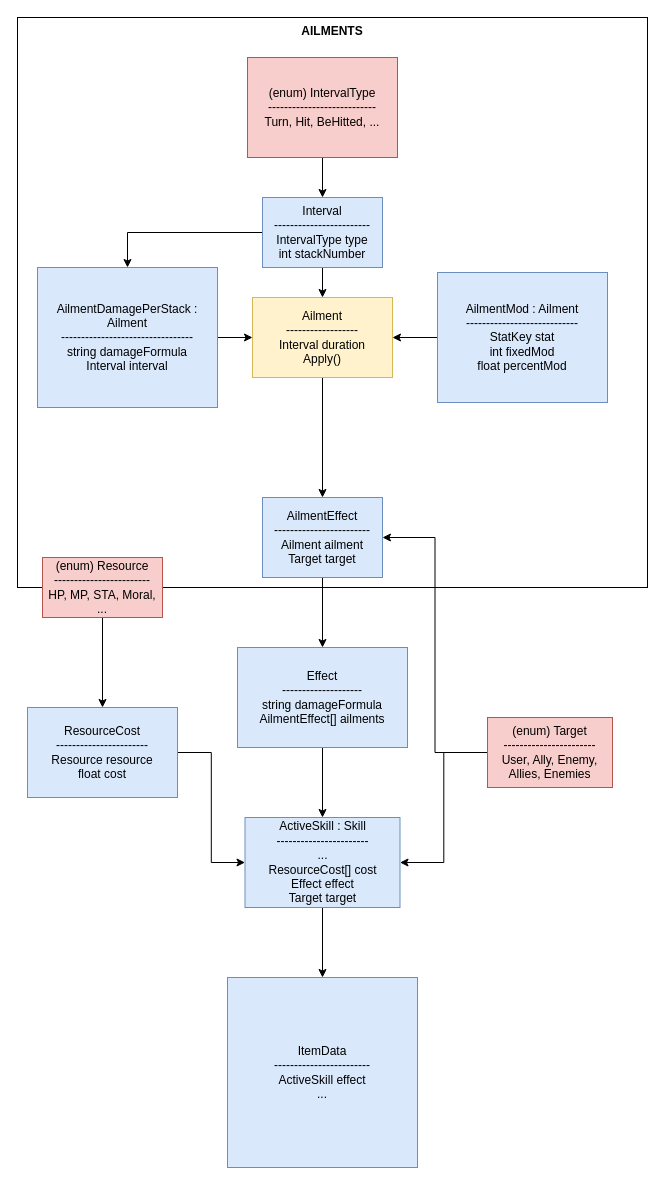
Above: workflows/Inventory,Skills & Effects.drawio in moretech1402/Unity-Scripts (draw.io), before the change. Source tidied: cells renumbered, new cells numbered last; positions are measured from the earlier drawing's top-left corner, leaving out a move shared by most shapes. Both pictures are drawn from the tidied source at 100%, with x=0, y=0 at pixel (17, 17).
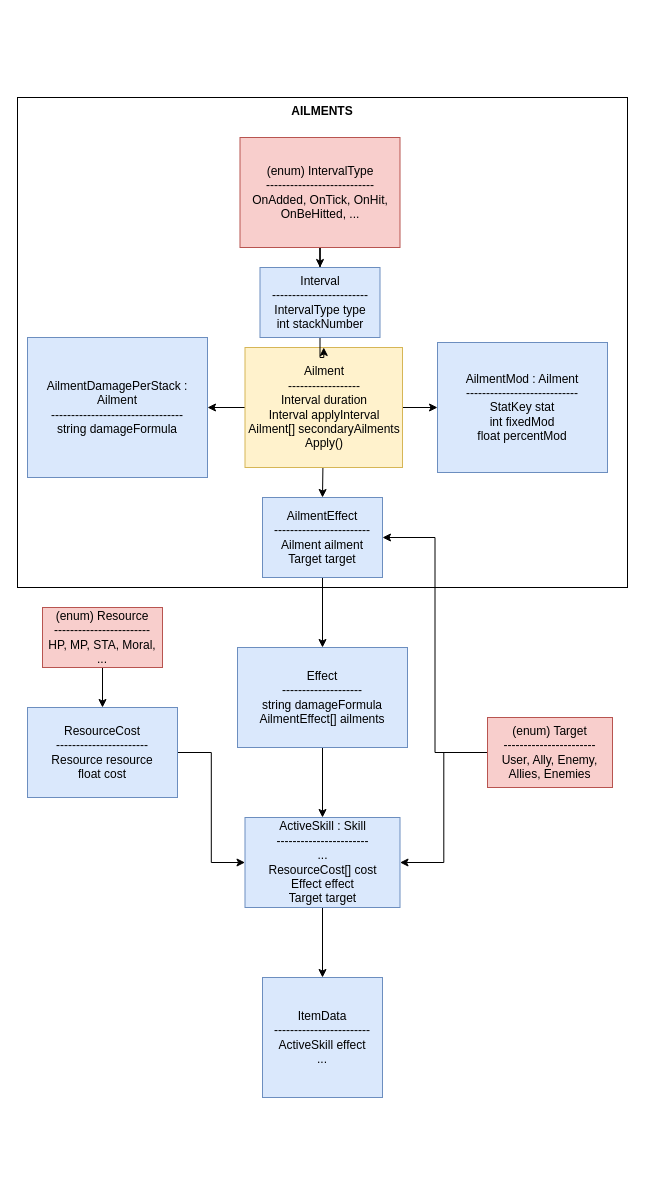
After the change.

Commit message:
Update : Tree in Ailment concept

What changed in the source:
```diff
@@
     <mxCell id="2" value="&lt;b&gt;AILMENTS&lt;/b&gt;" style="whiteSpace=wrap;html=1;fillColor=none;horizontal=1;verticalAlign=top;" parent="1" vertex="1">
-      <mxGeometry width="630" height="570" as="geometry" />
+      <mxGeometry y="80" width="610" height="490" as="geometry" />
     </mxCell>
     <mxCell id="3" value="ItemData&lt;div&gt;------------------------&lt;/div&gt;&lt;div&gt;ActiveSkill effect&lt;/div&gt;&lt;div&gt;...&lt;/div&gt;" style="whiteSpace=wrap;html=1;fillColor=#dae8fc;strokeColor=#6c8ebf;" parent="1" vertex="1">
-      <mxGeometry x="210" y="960" width="190" height="190" as="geometry" />
+      <mxGeometry x="245" y="960" width="120" height="120" as="geometry" />
     </mxCell>
@@
     <mxCell id="13" value="(enum) Resource&lt;div&gt;------------------------&lt;/div&gt;&lt;div&gt;HP, MP, STA, Moral, ...&lt;/div&gt;" style="rounded=0;whiteSpace=wrap;html=1;fillColor=#f8cecc;strokeColor=#b85450;" parent="1" vertex="1">
-      <mxGeometry x="25" y="540" width="120" height="60" as="geometry" />
+      <mxGeometry x="25" y="590" width="120" height="60" as="geometry" />
     </mxCell>
@@
+    <mxCell id="28" style="edgeStyle=orthogonalEdgeStyle;rounded=0;jettySize=auto;html=1;entryX=1;entryY=0.5;entryDx=0;entryDy=0;" parent="1" edge="1" source="18" target="25">
+      <mxGeometry relative="1" as="geometry" />
+    </mxCell>
+    <mxCell id="29" style="edgeStyle=orthogonalEdgeStyle;rounded=0;jettySize=auto;html=1;exitX=1;exitY=0.5;exitDx=0;exitDy=0;entryX=0;entryY=0.5;entryDx=0;entryDy=0;" parent="1" edge="1" source="18" target="27">
+      <mxGeometry relative="1" as="geometry" />
+    </mxCell>
-    <mxCell id="18" value="Ailment&lt;div&gt;------------------&lt;/div&gt;&lt;div&gt;Interval duration&lt;/div&gt;&lt;div&gt;Apply()&lt;/div&gt;" style="rounded=0;whiteSpace=wrap;html=1;fillColor=#fff2cc;strokeColor=#d6b656;" parent="1" vertex="1">
-      <mxGeometry x="235" y="280" width="140" height="80" as="geometry" />
+    <mxCell id="18" value="Ailment&lt;div&gt;------------------&lt;/div&gt;&lt;div&gt;Interval duration&lt;/div&gt;&lt;div&gt;Interval applyInterval&lt;/div&gt;&lt;div&gt;Ailment[] secondaryAilments&lt;/div&gt;&lt;div&gt;Apply()&lt;/div&gt;" style="rounded=0;whiteSpace=wrap;html=1;fillColor=#fff2cc;strokeColor=#d6b656;" parent="1" vertex="1">
+      <mxGeometry x="227.5" y="330" width="157.5" height="120" as="geometry" />
     </mxCell>
@@
-    <mxCell id="20" value="(enum) IntervalType&lt;div&gt;---------------------------&lt;/div&gt;&lt;div&gt;Turn, Hit, BeHitted, ...&lt;/div&gt;" style="rounded=0;whiteSpace=wrap;html=1;fillColor=#f8cecc;strokeColor=#b85450;" parent="1" vertex="1">
-      <mxGeometry x="230" y="40" width="150" height="100" as="geometry" />
+    <mxCell id="20" value="(enum) IntervalType&lt;div&gt;---------------------------&lt;/div&gt;&lt;div&gt;OnAdded, OnTick, OnHit, OnBeHitted, ...&lt;/div&gt;" style="rounded=0;whiteSpace=wrap;html=1;fillColor=#f8cecc;strokeColor=#b85450;" parent="1" vertex="1">
+      <mxGeometry x="222.5" y="120" width="160" height="110" as="geometry" />
     </mxCell>
-    <mxCell id="21" style="edgeStyle=orthogonalEdgeStyle;rounded=0;jettySize=auto;html=1;entryX=0.5;entryY=0;entryDx=0;entryDy=0;" parent="1" edge="1" source="23" target="25">
-      <mxGeometry relative="1" as="geometry" />
-    </mxCell>
@@
     <mxCell id="23" value="Interval&lt;div&gt;------------------------&lt;/div&gt;&lt;div&gt;IntervalType type&lt;/div&gt;&lt;div&gt;int stackNumber&lt;/div&gt;" style="rounded=0;whiteSpace=wrap;html=1;fillColor=#dae8fc;strokeColor=#6c8ebf;" parent="1" vertex="1">
-      <mxGeometry x="245" y="180" width="120" height="70" as="geometry" />
+      <mxGeometry x="242.5" y="250" width="120" height="70" as="geometry" />
     </mxCell>
-    <mxCell id="24" style="edgeStyle=none;rounded=0;jettySize=auto;html=1;entryX=0;entryY=0.5;entryDx=0;entryDy=0;" parent="1" edge="1" source="25" target="18">
-      <mxGeometry relative="1" as="geometry" />
-    </mxCell>
-    <mxCell id="25" value="AilmentDamagePerStack : Ailment&lt;div&gt;---------------------------------&lt;/div&gt;&lt;div&gt;string damageFormula&lt;/div&gt;&lt;div&gt;Interval interval&lt;/div&gt;" style="rounded=0;whiteSpace=wrap;html=1;fillColor=#dae8fc;strokeColor=#6c8ebf;" parent="1" vertex="1">
-      <mxGeometry x="20" y="250" width="180" height="140" as="geometry" />
+    <mxCell id="25" value="AilmentDamagePerStack : Ailment&lt;div&gt;---------------------------------&lt;/div&gt;&lt;div&gt;string damageFormula&lt;/div&gt;" style="rounded=0;whiteSpace=wrap;html=1;fillColor=#dae8fc;strokeColor=#6c8ebf;" parent="1" vertex="1">
+      <mxGeometry x="10" y="320" width="180" height="140" as="geometry" />
     </mxCell>
-    <mxCell id="26" style="edgeStyle=none;rounded=0;jettySize=auto;html=1;entryX=1;entryY=0.5;entryDx=0;entryDy=0;" parent="1" edge="1" source="27" target="18">
-      <mxGeometry relative="1" as="geometry" />
-    </mxCell>
     <mxCell id="27" value="AilmentMod : Ailment&lt;div&gt;----------------------------&lt;/div&gt;&lt;div&gt;StatKey stat&lt;/div&gt;&lt;div&gt;int fixedMod&lt;/div&gt;&lt;div&gt;float percentMod&lt;/div&gt;" style="rounded=0;whiteSpace=wrap;html=1;fillColor=#dae8fc;strokeColor=#6c8ebf;" parent="1" vertex="1">
-      <mxGeometry x="420" y="255" width="170" height="130" as="geometry" />
+      <mxGeometry x="420" y="325" width="170" height="130" as="geometry" />
     </mxCell>
+    <mxCell id="30" style="edgeStyle=orthogonalEdgeStyle;rounded=0;orthogonalLoop=1;jettySize=auto;html=1;exitX=0.5;exitY=1;exitDx=0;exitDy=0;" parent="1" edge="1" source="3" target="3">
+      <mxGeometry relative="1" as="geometry" />
+    </mxCell>
```
